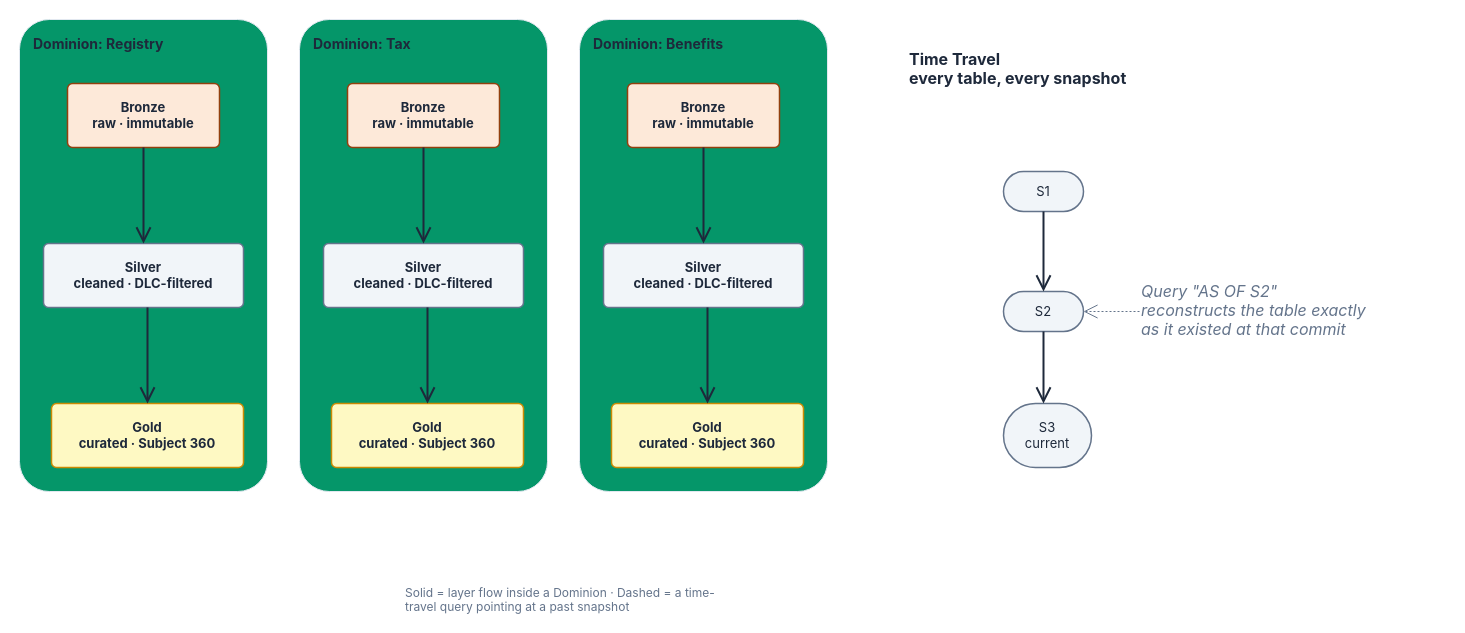
Above: Nexus/Lakehouse_Mesh_Matrix.drawio in luisruizML/documents (draw.io), before the change. Source tidied: cells renumbered, new cells numbered last; positions are measured from the earlier drawing's top-left corner, leaving out a move shared by most shapes. Both pictures are drawn from the tidied source at 100%, with x=0, y=0 at pixel (19, 19).
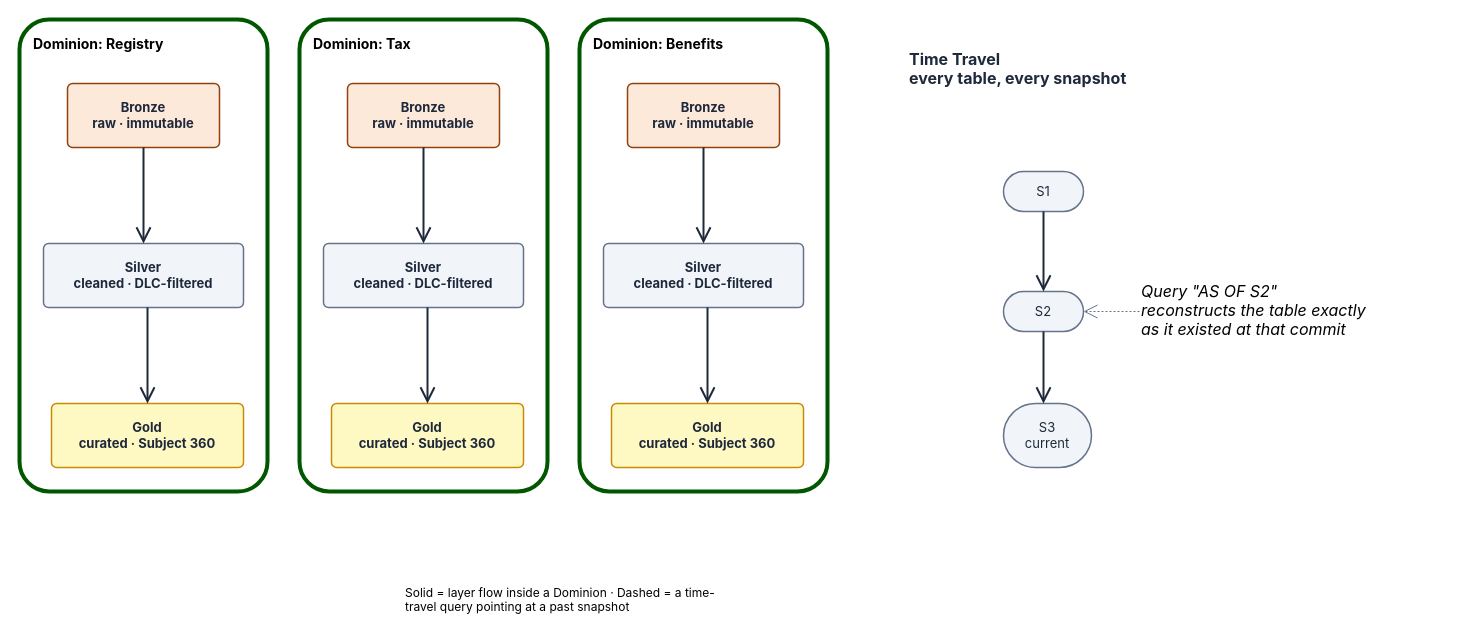
After the change.

The edit, as a diff of the source:
```diff
@@
-    <mxCell id="2" value="Dominion: Registry" style="rounded=1;arcSize=12;html=1;whiteSpace=wrap;fillColor=#059669;strokeColor=#E2E8F0;strokeWidth=1;fontColor=#1E293B;fontSize=14;fontFamily=Inter, Roboto, system-ui, -apple-system, sans-serif;fontStyle=1;verticalAlign=top;align=left;spacingLeft=12;spacingTop=10;" parent="1" vertex="1">
+    <mxCell id="2" value="Dominion: Registry" style="rounded=1;arcSize=12;html=1;whiteSpace=wrap;fillColor=#FFFFFF;strokeColor=#005700;strokeWidth=4;fontColor=#000000;fontSize=14;fontFamily=Inter, Roboto, system-ui, -apple-system, sans-serif;fontStyle=1;verticalAlign=top;align=left;spacingLeft=12;spacingTop=10;" parent="1" vertex="1">
       <mxGeometry width="248" height="472" as="geometry" />
     </mxCell>
-    <mxCell id="3" value="Dominion: Tax" style="rounded=1;arcSize=12;html=1;whiteSpace=wrap;fillColor=#059669;strokeColor=#E2E8F0;strokeWidth=1;fontColor=#1E293B;fontSize=14;fontFamily=Inter, Roboto, system-ui, -apple-system, sans-serif;fontStyle=1;verticalAlign=top;align=left;spacingLeft=12;spacingTop=10;" parent="1" vertex="1">
-      <mxGeometry x="280" width="248" height="472" as="geometry" />
-    </mxCell>
-    <mxCell id="4" value="Dominion: Benefits" style="rounded=1;arcSize=12;html=1;whiteSpace=wrap;fillColor=#059669;strokeColor=#E2E8F0;strokeWidth=1;fontColor=#1E293B;fontSize=14;fontFamily=Inter, Roboto, system-ui, -apple-system, sans-serif;fontStyle=1;verticalAlign=top;align=left;spacingLeft=12;spacingTop=10;" parent="1" vertex="1">
-      <mxGeometry x="560" width="248" height="472" as="geometry" />
-    </mxCell>
@@
+    <mxCell id="3" value="Dominion: Tax" style="rounded=1;arcSize=12;html=1;whiteSpace=wrap;fillColor=#FFFFFF;strokeColor=#005700;strokeWidth=4;fontColor=#000000;fontSize=14;fontFamily=Inter, Roboto, system-ui, -apple-system, sans-serif;fontStyle=1;verticalAlign=top;align=left;spacingLeft=12;spacingTop=10;" parent="1" vertex="1">
+      <mxGeometry x="280" width="248" height="472" as="geometry" />
+    </mxCell>
@@
+    <mxCell id="4" value="Dominion: Benefits" style="rounded=1;arcSize=12;html=1;whiteSpace=wrap;fillColor=#FFFFFF;strokeColor=#005700;strokeWidth=4;fontColor=#000000;fontSize=14;fontFamily=Inter, Roboto, system-ui, -apple-system, sans-serif;fontStyle=1;verticalAlign=top;align=left;spacingLeft=12;spacingTop=10;" parent="1" vertex="1">
+      <mxGeometry x="560" width="248" height="472" as="geometry" />
+    </mxCell>
@@
-    <mxCell id="18" value="Query &quot;AS OF S2&quot;&lt;br&gt;reconstructs the table exactly&lt;br&gt;as it existed at that commit" style="text;html=1;whiteSpace=wrap;labelBackgroundColor=none;fillColor=none;strokeColor=none;strokeWidth=0;fontColor=#64748B;fontSize=16;fontFamily=Inter, Roboto, system-ui, -apple-system, sans-serif;align=left;verticalAlign=top;fontStyle=2;" parent="1" vertex="1">
+    <mxCell id="18" value="Query &quot;AS OF S2&quot;&lt;br&gt;reconstructs the table exactly&lt;br&gt;as it existed at that commit" style="text;html=1;whiteSpace=wrap;labelBackgroundColor=none;fillColor=none;strokeColor=none;strokeWidth=0;fontColor=#000000;fontSize=16;fontFamily=Inter, Roboto, system-ui, -apple-system, sans-serif;align=left;verticalAlign=top;fontStyle=2;" parent="1" vertex="1">
       <mxGeometry x="1120" y="256" width="308" height="80" as="geometry" />
     </mxCell>
-    <mxCell id="19" value="Solid = layer flow inside a Dominion  ·  Dashed = a time-travel query pointing at a past snapshot" style="text;html=1;whiteSpace=wrap;labelBackgroundColor=none;fillColor=none;strokeColor=none;strokeWidth=0;fontColor=#64748B;fontSize=12;fontFamily=Inter, Roboto, system-ui, -apple-system, sans-serif;align=left;verticalAlign=top;" parent="1" vertex="1">
+    <mxCell id="19" value="Solid = layer flow inside a Dominion  ·  Dashed = a time-travel query pointing at a past snapshot" style="text;html=1;whiteSpace=wrap;labelBackgroundColor=none;fillColor=none;strokeColor=none;strokeWidth=0;fontColor=#000000;fontSize=12;fontFamily=Inter, Roboto, system-ui, -apple-system, sans-serif;align=left;verticalAlign=top;" parent="1" vertex="1">
       <mxGeometry x="384" y="560" width="320" height="29" as="geometry" />
     </mxCell>
```
